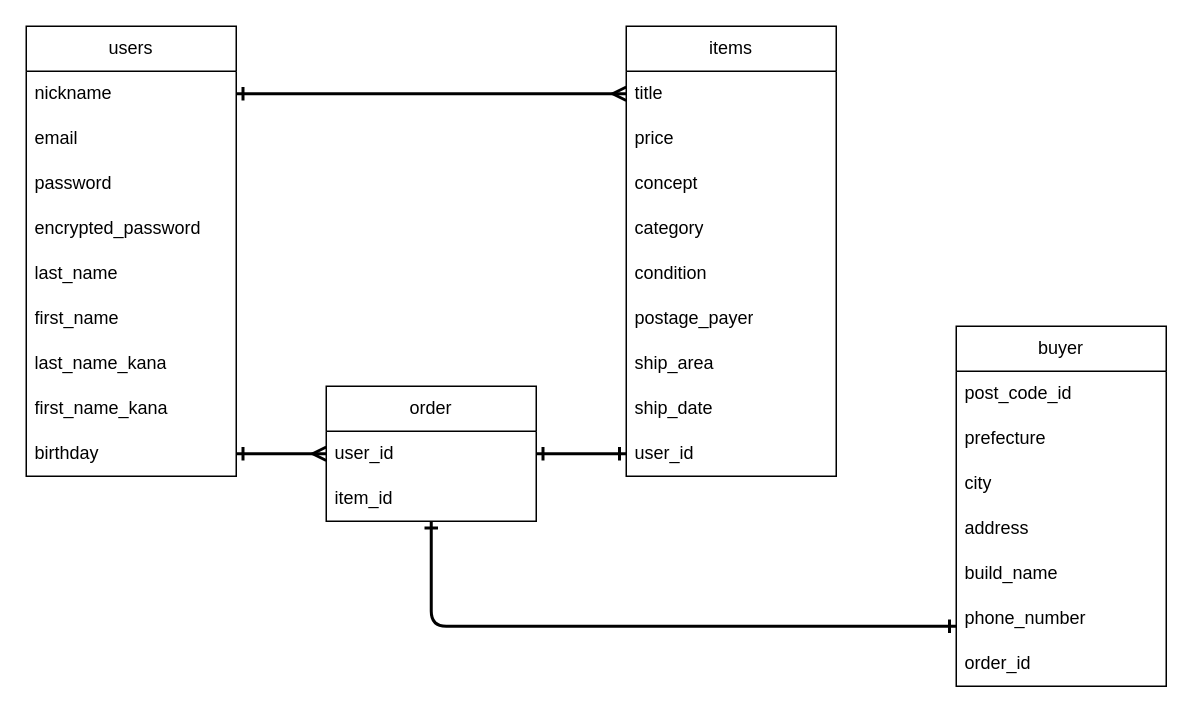
Earlier version of the draw.io diagram er.dio (nobuyuki-hirai/furima-38643). Source tidied: cells renumbered, new cells numbered last; positions are measured from the earlier drawing's top-left corner, leaving out a move shared by most shapes. Both pictures are drawn from the tidied source at 150%, with x=0, y=0 at pixel (26, 26).
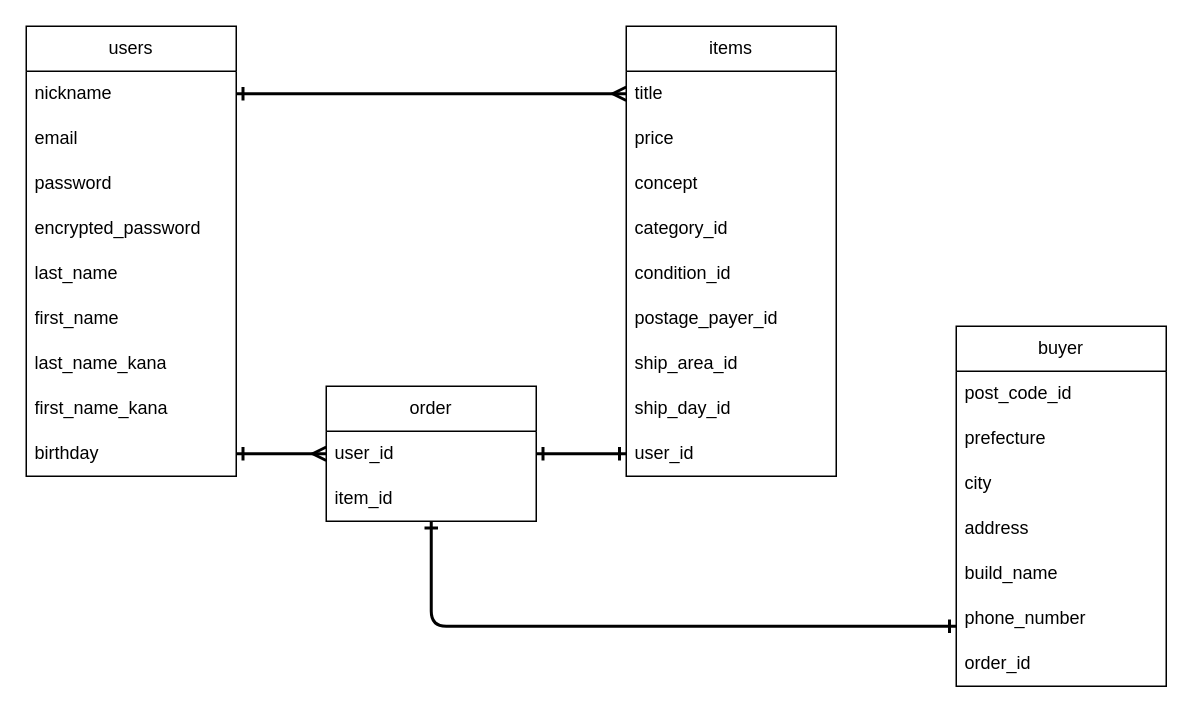
Above is the later version.

The change refers to these unchanged cells:
```xml
<mxCell id="12" value="items" style="swimlane;fontStyle=0;horizontal=1;startSize=30;whiteSpace=wrap;html=1;" parent="1" vertex="1">
  <mxGeometry x="400" width="140" height="300" as="geometry" />
</mxCell>
```

What changed in the source:
```diff
@@
-    <mxCell id="16" value="category" style="text;strokeColor=none;fillColor=none;align=left;verticalAlign=middle;spacingLeft=4;spacingRight=4;overflow=hidden;whiteSpace=wrap;html=1;" parent="12" vertex="1">
+    <mxCell id="16" value="category_id" style="text;strokeColor=none;fillColor=none;align=left;verticalAlign=middle;spacingLeft=4;spacingRight=4;overflow=hidden;whiteSpace=wrap;html=1;" parent="12" vertex="1">
       <mxGeometry y="120" width="140" height="30" as="geometry" />
     </mxCell>
-    <mxCell id="17" value="condition" style="text;strokeColor=none;fillColor=none;align=left;verticalAlign=middle;spacingLeft=4;spacingRight=4;overflow=hidden;whiteSpace=wrap;html=1;" parent="12" vertex="1">
+    <mxCell id="17" value="condition_id" style="text;strokeColor=none;fillColor=none;align=left;verticalAlign=middle;spacingLeft=4;spacingRight=4;overflow=hidden;whiteSpace=wrap;html=1;" parent="12" vertex="1">
       <mxGeometry y="150" width="140" height="30" as="geometry" />
     </mxCell>
-    <mxCell id="18" value="postage_payer" style="text;strokeColor=none;fillColor=none;align=left;verticalAlign=middle;spacingLeft=4;spacingRight=4;overflow=hidden;whiteSpace=wrap;html=1;" parent="12" vertex="1">
+    <mxCell id="18" value="postage_payer_id" style="text;strokeColor=none;fillColor=none;align=left;verticalAlign=middle;spacingLeft=4;spacingRight=4;overflow=hidden;whiteSpace=wrap;html=1;" parent="12" vertex="1">
       <mxGeometry y="180" width="140" height="30" as="geometry" />
     </mxCell>
-    <mxCell id="19" value="ship_area" style="text;strokeColor=none;fillColor=none;align=left;verticalAlign=middle;spacingLeft=4;spacingRight=4;overflow=hidden;whiteSpace=wrap;html=1;" parent="12" vertex="1">
+    <mxCell id="19" value="ship_area_id" style="text;strokeColor=none;fillColor=none;align=left;verticalAlign=middle;spacingLeft=4;spacingRight=4;overflow=hidden;whiteSpace=wrap;html=1;" parent="12" vertex="1">
       <mxGeometry y="210" width="140" height="30" as="geometry" />
     </mxCell>
-    <mxCell id="20" value="ship_date" style="text;strokeColor=none;fillColor=none;align=left;verticalAlign=middle;spacingLeft=4;spacingRight=4;overflow=hidden;whiteSpace=wrap;html=1;" parent="12" vertex="1">
+    <mxCell id="20" value="ship_day_id" style="text;strokeColor=none;fillColor=none;align=left;verticalAlign=middle;spacingLeft=4;spacingRight=4;overflow=hidden;whiteSpace=wrap;html=1;" parent="12" vertex="1">
       <mxGeometry y="240" width="140" height="30" as="geometry" />
     </mxCell>
```
